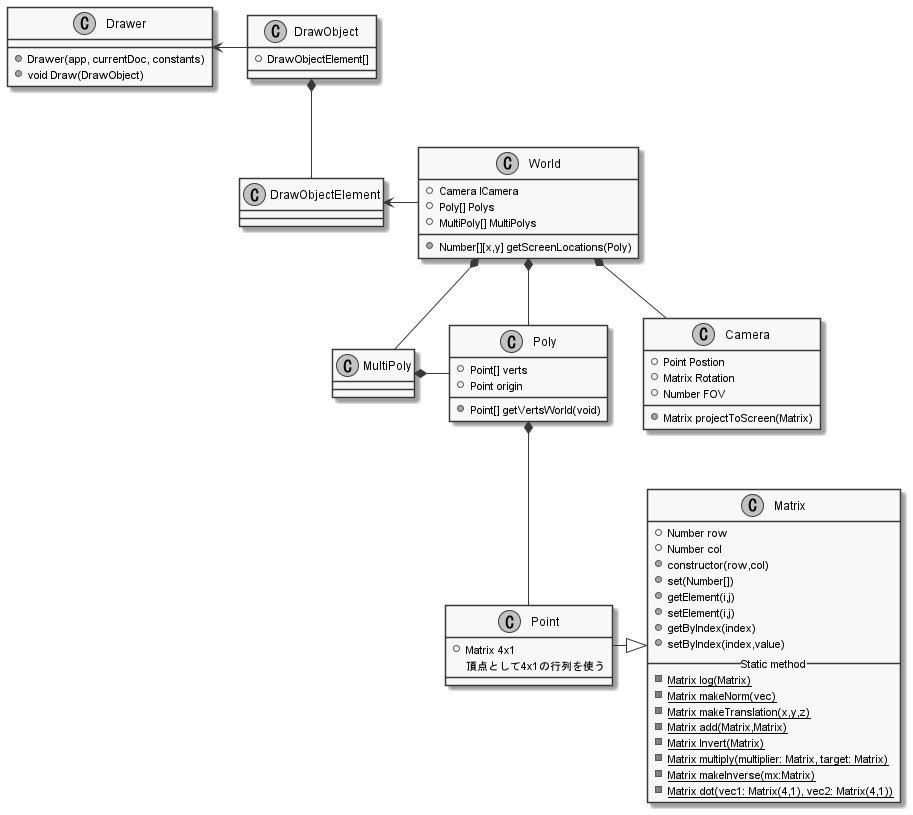
Before: out/graph/Architecture.png, a diagram exported from PlantUML (takiren/ExtendYourPerspectives).
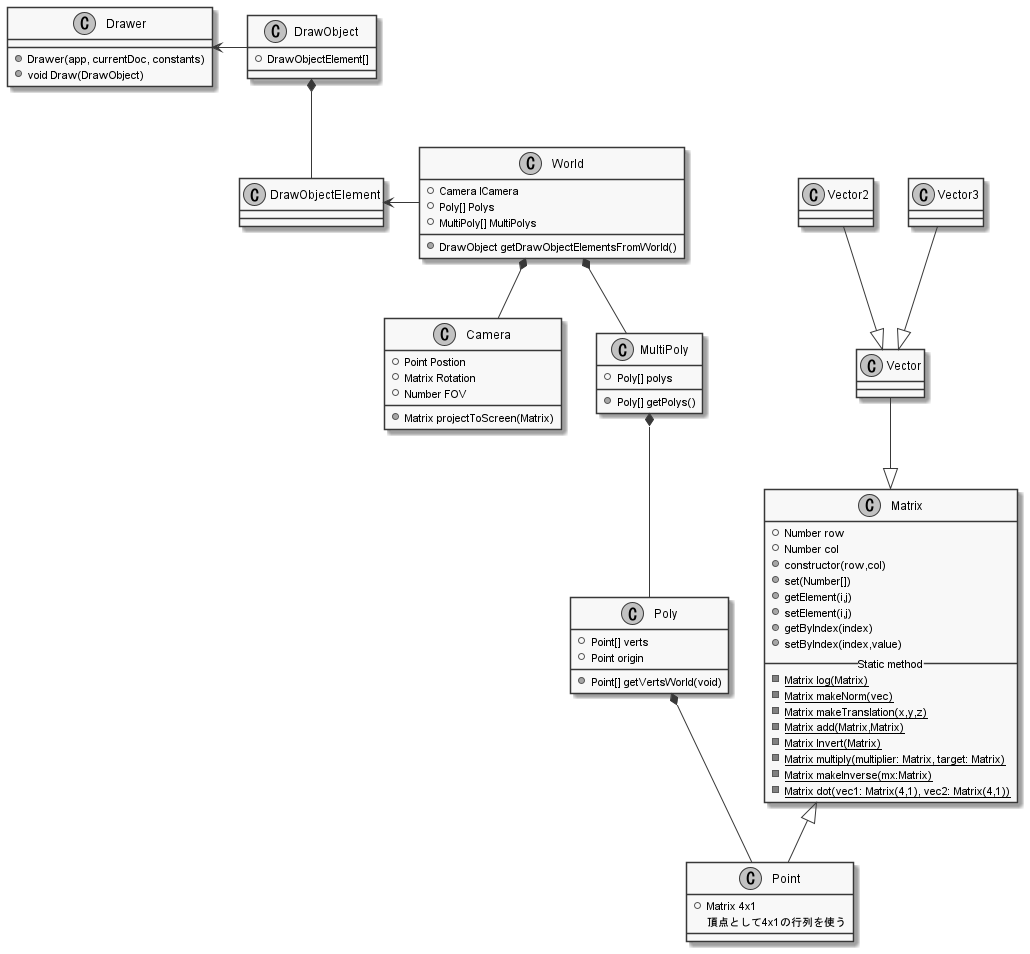
After the commit.

The edit, as a diff of the source:
```diff
@@ -4,11 +4,7 @@
     padding 1
 }
 
-class Poly{
-    + Point[] verts
-    + Point origin
-    + Point[] getVertsWorld(void)
-}
+
 
 class Camera{
     + Point Postion
@@ -21,7 +17,7 @@
     + Camera ICamera
     + Poly[] Polys
     + MultiPoly[] MultiPolys
-    + Number[][x,y] getScreenLocations(Poly)
+    + DrawObject getDrawObjectElementsFromWorld()
 }
 
 class Point{
@@ -48,6 +44,9 @@
     {static} -Matrix makeInverse(mx:Matrix)
     {static} -Matrix dot(vec1: Matrix(4,1), vec2: Matrix(4,1))
 }
+class Vector{}
+class Vector2{}
+class Vector3{}
 
 class Drawer{
     + Drawer(app, currentDoc, constants)
@@ -60,13 +59,23 @@
 class DrawObjectElement{
 }
 class MultiPoly{
+    + Poly[] polys
+    + Poly[] getPolys()
+}
+class Poly{
+    + Point[] verts
+    + Point origin
+    + Point[] getVertsWorld(void)
 }
 
-MultiPoly *-Poly
+Vector --|> Matrix
+Vector2 --|> Vector
+Vector3 --|> Vector
+MultiPoly *--Poly
+World *-- Camera
 World *-- MultiPoly
-World *-- Camera
-World *--Poly
-Point -|> Matrix
+
+Matrix <|-- Point
 Poly *--Point
 DrawObject *-- DrawObjectElement
 DrawObjectElement <- World
```
